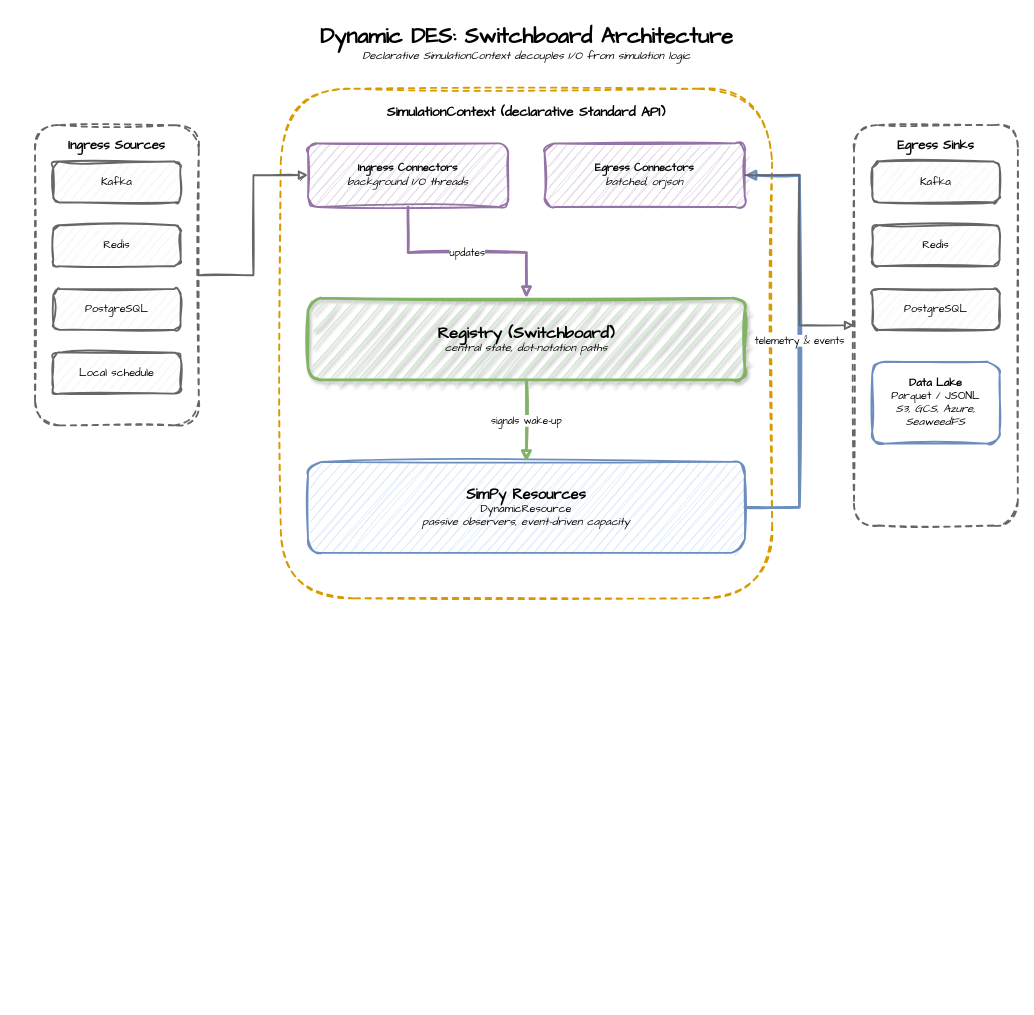
jaehyeon-kim/jaehyeon-kim.github.io keeps this draw.io diagram as .diagrams/dynamic-des.drawio. Above is the earlier version. Source tidied: cells renumbered, new cells numbered last; positions are measured from the earlier drawing's top-left corner, leaving out a move shared by most shapes. Both pictures are drawn from the tidied source at 91%, with x=0, y=0 at pixel (35, 15).
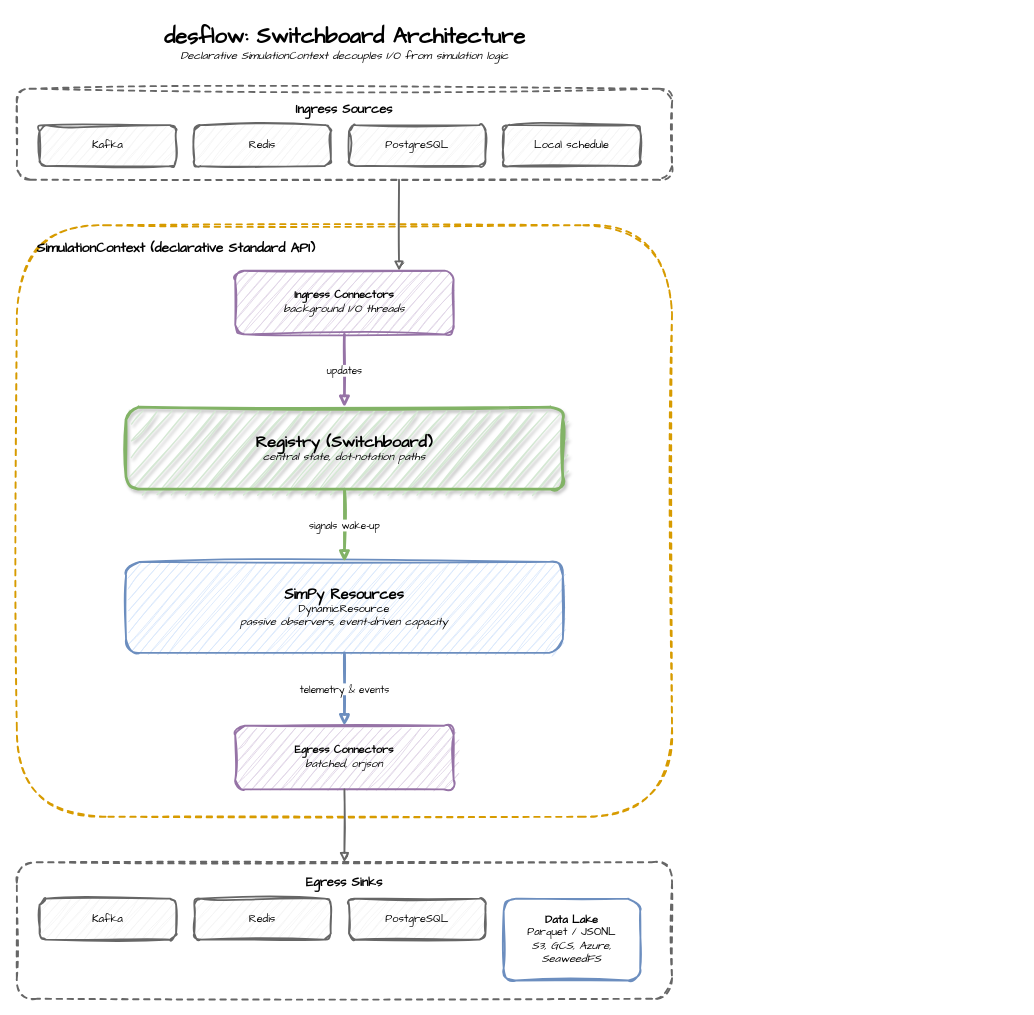
The same page after the edit.

Change to the diagram source:
```diff
@@
-    <mxCell id="2" value="&lt;b style=&quot;font-size: 24px;&quot;&gt;Dynamic DES: Switchboard Architecture&lt;/b&gt;&lt;br&gt;&lt;i&gt;Declarative SimulationContext decouples I/O from simulation logic&lt;/i&gt;" style="text;html=1;align=center;verticalAlign=middle;fontFamily=Comic Sans MS;" parent="1" vertex="1">
-      <mxGeometry x="260" width="560" height="60" as="geometry" />
+    <mxCell id="2" value="&lt;b style=&quot;font-size: 24px;&quot;&gt;desflow: Switchboard Architecture&lt;/b&gt;&lt;br&gt;&lt;i&gt;Declarative SimulationContext decouples I/O from simulation logic&lt;/i&gt;" style="text;html=1;align=center;verticalAlign=middle;fontFamily=Comic Sans MS;" parent="1" vertex="1">
+      <mxGeometry x="60" width="560" height="60" as="geometry" />
     </mxCell>
-    <mxCell id="3" value="&lt;b style=&quot;font-size: 15px;&quot;&gt;SimulationContext (declarative Standard API)&lt;/b&gt;" style="rounded=1;whiteSpace=wrap;html=1;sketch=1;curveFitting=1;jiggle=2;fillColor=none;strokeColor=#d79b00;strokeWidth=2;dashed=1;align=center;verticalAlign=top;spacingTop=10;fontFamily=Comic Sans MS;" parent="1" vertex="1">
-      <mxGeometry x="270" y="80" width="540" height="560" as="geometry" />
+    <mxCell id="3" value="&lt;b style=&quot;font-size: 15px;&quot;&gt;SimulationContext (declarative Standard API)&lt;/b&gt;" style="rounded=1;whiteSpace=wrap;html=1;sketch=1;curveFitting=1;jiggle=2;fillColor=none;strokeColor=#d79b00;strokeWidth=2;dashed=1;align=left;verticalAlign=top;spacingTop=10;spacingLeft=20;fontFamily=Comic Sans MS;" parent="1" vertex="1">
+      <mxGeometry x="-20" y="230" width="720" height="650" as="geometry" />
     </mxCell>
     <mxCell id="4" value="&lt;b style=&quot;font-size: 14px;&quot;&gt;Ingress Sources&lt;/b&gt;" style="rounded=1;whiteSpace=wrap;html=1;sketch=1;curveFitting=1;jiggle=2;fillColor=none;strokeColor=#666666;strokeWidth=2;dashed=1;align=center;verticalAlign=top;spacingTop=8;fontFamily=Comic Sans MS;" parent="1" vertex="1">
-      <mxGeometry y="120" width="180" height="330" as="geometry" />
+      <mxGeometry x="-20" y="80" width="720" height="100" as="geometry" />
     </mxCell>
     <mxCell id="5" value="&lt;b style=&quot;font-size: 14px;&quot;&gt;Egress Sinks&lt;/b&gt;" style="rounded=1;whiteSpace=wrap;html=1;sketch=1;curveFitting=1;jiggle=2;fillColor=none;strokeColor=#666666;strokeWidth=2;dashed=1;align=center;verticalAlign=top;spacingTop=8;fontFamily=Comic Sans MS;" parent="1" vertex="1">
-      <mxGeometry x="900" y="120" width="180" height="440" as="geometry" />
+      <mxGeometry x="-20" y="930" width="720" height="150" as="geometry" />
     </mxCell>
     <mxCell id="6" value="Kafka" style="rounded=1;whiteSpace=wrap;html=1;sketch=1;curveFitting=1;jiggle=2;fillColor=#f5f5f5;strokeColor=#666666;fontFamily=Comic Sans MS;strokeWidth=2;" parent="1" vertex="1">
-      <mxGeometry x="20" y="160" width="140" height="45" as="geometry" />
+      <mxGeometry x="5" y="120" width="150" height="45" as="geometry" />
     </mxCell>
     <mxCell id="7" value="Redis" style="rounded=1;whiteSpace=wrap;html=1;sketch=1;curveFitting=1;jiggle=2;fillColor=#f5f5f5;strokeColor=#666666;fontFamily=Comic Sans MS;strokeWidth=2;" parent="1" vertex="1">
-      <mxGeometry x="20" y="230" width="140" height="45" as="geometry" />
+      <mxGeometry x="175" y="120" width="150" height="45" as="geometry" />
     </mxCell>
     <mxCell id="8" value="PostgreSQL" style="rounded=1;whiteSpace=wrap;html=1;sketch=1;curveFitting=1;jiggle=2;fillColor=#f5f5f5;strokeColor=#666666;fontFamily=Comic Sans MS;strokeWidth=2;" parent="1" vertex="1">
-      <mxGeometry x="20" y="300" width="140" height="45" as="geometry" />
+      <mxGeometry x="345" y="120" width="150" height="45" as="geometry" />
     </mxCell>
     <mxCell id="9" value="Local schedule" style="rounded=1;whiteSpace=wrap;html=1;sketch=1;curveFitting=1;jiggle=2;fillColor=#f5f5f5;strokeColor=#666666;fontFamily=Comic Sans MS;strokeWidth=2;" parent="1" vertex="1">
-      <mxGeometry x="20" y="370" width="140" height="45" as="geometry" />
+      <mxGeometry x="515" y="120" width="150" height="45" as="geometry" />
     </mxCell>
     <mxCell id="10" value="&lt;b&gt;Ingress Connectors&lt;/b&gt;&lt;br&gt;&lt;i&gt;background I/O threads&lt;/i&gt;" style="rounded=1;whiteSpace=wrap;html=1;sketch=1;curveFitting=1;jiggle=2;fillColor=#e1d5e7;strokeColor=#9673a6;strokeWidth=2;fontFamily=Comic Sans MS;" parent="1" vertex="1">
-      <mxGeometry x="300" y="140" width="220" height="70" as="geometry" />
+      <mxGeometry x="220" y="280" width="240" height="70" as="geometry" />
     </mxCell>
     <mxCell id="11" value="&lt;b&gt;Egress Connectors&lt;/b&gt;&lt;br&gt;&lt;i&gt;batched, orjson&lt;/i&gt;" style="rounded=1;whiteSpace=wrap;html=1;sketch=1;curveFitting=1;jiggle=2;fillColor=#e1d5e7;strokeColor=#9673a6;strokeWidth=2;fontFamily=Comic Sans MS;" parent="1" vertex="1">
-      <mxGeometry x="560" y="140" width="220" height="70" as="geometry" />
+      <mxGeometry x="220" y="780" width="240" height="70" as="geometry" />
     </mxCell>
     <mxCell id="12" value="&lt;b&gt;&lt;font style=&quot;font-size: 18px;&quot;&gt;Registry (Switchboard)&lt;/font&gt;&lt;/b&gt;&lt;br&gt;&lt;i&gt;central state, dot-notation paths&lt;/i&gt;" style="rounded=1;whiteSpace=wrap;html=1;sketch=1;curveFitting=1;jiggle=2;fillColor=#d5e8d4;strokeColor=#82b366;strokeWidth=3;shadow=1;fontFamily=Comic Sans MS;" parent="1" vertex="1">
-      <mxGeometry x="300" y="310" width="480" height="90" as="geometry" />
+      <mxGeometry x="100" y="430" width="480" height="90" as="geometry" />
     </mxCell>
     <mxCell id="13" value="&lt;b&gt;&lt;font style=&quot;font-size: 16px;&quot;&gt;SimPy Resources&lt;/font&gt;&lt;/b&gt;&lt;br&gt;DynamicResource&lt;br&gt;&lt;i&gt;passive observers, event-driven capacity&lt;/i&gt;" style="rounded=1;whiteSpace=wrap;html=1;sketch=1;curveFitting=1;jiggle=2;fillColor=#dae8fc;strokeColor=#6c8ebf;strokeWidth=2;fontFamily=Comic Sans MS;" parent="1" vertex="1">
-      <mxGeometry x="300" y="490" width="480" height="100" as="geometry" />
+      <mxGeometry x="100" y="600" width="480" height="100" as="geometry" />
     </mxCell>
     <mxCell id="14" value="Kafka" style="rounded=1;whiteSpace=wrap;html=1;sketch=1;curveFitting=1;jiggle=2;fillColor=#f5f5f5;strokeColor=#666666;fontFamily=Comic Sans MS;strokeWidth=2;" parent="1" vertex="1">
-      <mxGeometry x="920" y="160" width="140" height="45" as="geometry" />
+      <mxGeometry x="5" y="970" width="150" height="45" as="geometry" />
     </mxCell>
     <mxCell id="15" value="Redis" style="rounded=1;whiteSpace=wrap;html=1;sketch=1;curveFitting=1;jiggle=2;fillColor=#f5f5f5;strokeColor=#666666;fontFamily=Comic Sans MS;strokeWidth=2;" parent="1" vertex="1">
-      <mxGeometry x="920" y="230" width="140" height="45" as="geometry" />
+      <mxGeometry x="175" y="970" width="150" height="45" as="geometry" />
     </mxCell>
     <mxCell id="16" value="PostgreSQL" style="rounded=1;whiteSpace=wrap;html=1;sketch=1;curveFitting=1;jiggle=2;fillColor=#f5f5f5;strokeColor=#666666;fontFamily=Comic Sans MS;strokeWidth=2;" parent="1" vertex="1">
-      <mxGeometry x="920" y="300" width="140" height="45" as="geometry" />
+      <mxGeometry x="345" y="970" width="150" height="45" as="geometry" />
     </mxCell>
     <mxCell id="17" value="&lt;b&gt;Data Lake&lt;/b&gt;&lt;br&gt;Parquet / JSONL&lt;br&gt;&lt;i&gt;S3, GCS, Azure, SeaweedFS&lt;/i&gt;" style="rounded=1;whiteSpace=wrap;html=1;sketch=1;curveFitting=1;jiggle=2;fillColor=#ffffff;strokeColor=#6c8ebf;fontFamily=Comic Sans MS;strokeWidth=2;" parent="1" vertex="1">
-      <mxGeometry x="920" y="380" width="140" height="90" as="geometry" />
+      <mxGeometry x="515" y="970" width="150" height="90" as="geometry" />
     </mxCell>
-    <mxCell id="18" style="edgeStyle=orthogonalEdgeStyle;rounded=0;sketch=1;html=1;strokeWidth=2;endArrow=block;strokeColor=#666666;fontFamily=Comic Sans MS;" parent="1" edge="1" source="4" target="10">
+    <mxCell id="18" style="edgeStyle=orthogonalEdgeStyle;rounded=0;sketch=1;html=1;strokeWidth=2;endArrow=block;strokeColor=#666666;fontFamily=Comic Sans MS;exitX=0.5833;exitY=1;exitDx=0;exitDy=0;entryX=0.75;entryY=0;entryDx=0;entryDy=0;" parent="1" edge="1" source="4" target="10">
       <mxGeometry relative="1" as="geometry" />
     </mxCell>
@@
-    <mxCell id="21" value="telemetry &amp;amp; events" style="edgeStyle=orthogonalEdgeStyle;rounded=0;sketch=1;html=1;strokeWidth=3;endArrow=block;strokeColor=#6c8ebf;fontFamily=Comic Sans MS;exitX=1;exitY=0.5;exitDx=0;exitDy=0;" parent="1" edge="1" source="13" target="11">
-      <mxGeometry relative="1" as="geometry">
-        <Array as="points">
-          <mxPoint x="840" y="540" />
-          <mxPoint x="840" y="175" />
-        </Array>
-      </mxGeometry>
+    <mxCell id="21" value="telemetry &amp;amp; events" style="edgeStyle=orthogonalEdgeStyle;rounded=0;sketch=1;html=1;strokeWidth=3;endArrow=block;strokeColor=#6c8ebf;fontFamily=Comic Sans MS;" parent="1" edge="1" source="13" target="11">
+      <mxGeometry relative="1" as="geometry" />
     </mxCell>
```
